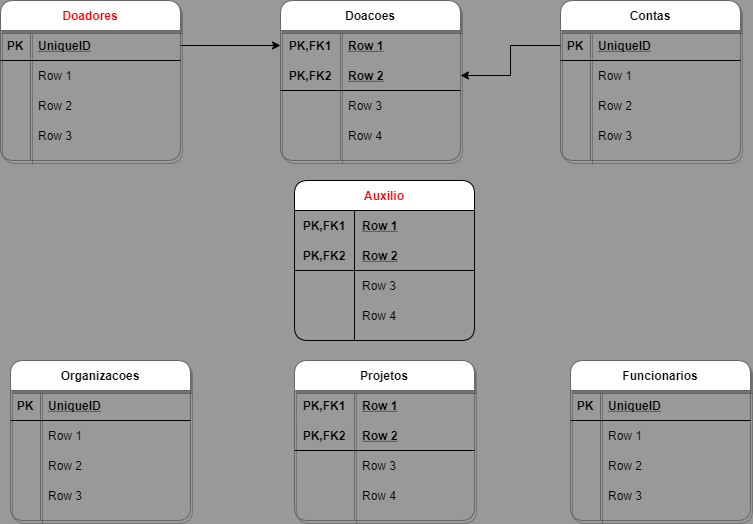
Above: Untitled Diagram.png in CarlosECarvalho/ADModelagemDeInformacao (draw.io), before the change. Source tidied: cells renumbered, new cells last; positions are measured from the earlier drawing's top-left corner, leaving out a move shared by most shapes.
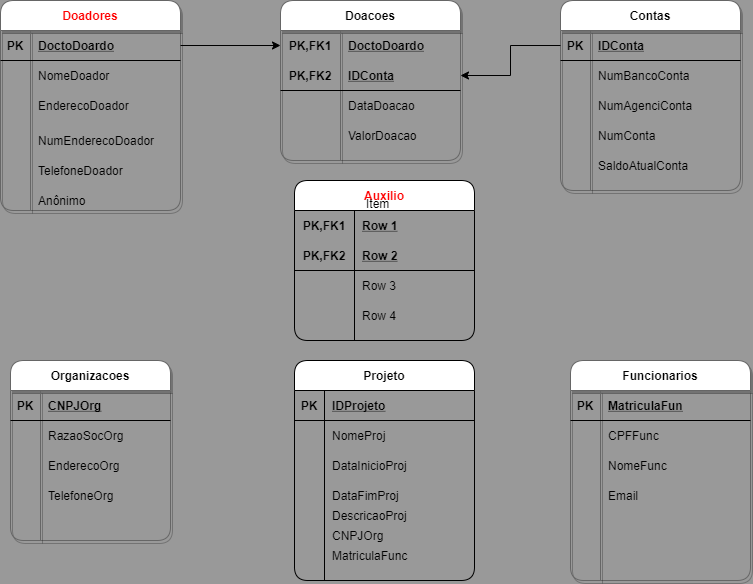
After the change.

Change to the diagram source:
```diff
@@ -5,3 +5,3 @@
     <mxCell id="2" value="Doadores" style="shape=table;startSize=30;rowLines=0;fontStyle=1;align=center;shadow=1;glass=0;strokeColor=#666666;gradientColor=#ffffff;rounded=1;fontColor=#FF0000;" parent="1" vertex="1">
-      <mxGeometry width="180" height="160" as="geometry" />
+      <mxGeometry width="180" height="210" as="geometry" />
     </mxCell>
@@ -13,3 +13,3 @@
     </mxCell>
-    <mxCell id="5" value="UniqueID" style="shape=partialRectangle;fillColor=none;top=0;left=0;bottom=0;right=0;align=left;spacingLeft=6;fontStyle=5;overflow=hidden;rounded=1;" parent="3" vertex="1">
+    <mxCell id="5" value="DoctoDoardo" style="shape=partialRectangle;fillColor=none;top=0;left=0;bottom=0;right=0;align=left;spacingLeft=6;fontStyle=5;overflow=hidden;rounded=1;" parent="3" vertex="1">
       <mxGeometry x="30" width="150" height="30" as="geometry" />
@@ -22,3 +22,3 @@
     </mxCell>
-    <mxCell id="8" value="Row 1" style="shape=partialRectangle;fillColor=none;top=0;left=0;bottom=0;right=0;align=left;spacingLeft=6;overflow=hidden;rounded=1;" parent="6" vertex="1">
+    <mxCell id="8" value="NomeDoador" style="shape=partialRectangle;fillColor=none;top=0;left=0;bottom=0;right=0;align=left;spacingLeft=6;overflow=hidden;rounded=1;" parent="6" vertex="1">
       <mxGeometry x="30" width="150" height="30" as="geometry" />
@@ -31,3 +31,3 @@
     </mxCell>
-    <mxCell id="11" value="Row 2" style="shape=partialRectangle;fillColor=none;top=0;left=0;bottom=0;right=0;align=left;spacingLeft=6;overflow=hidden;rounded=1;" parent="9" vertex="1">
+    <mxCell id="11" value="EnderecoDoador" style="shape=partialRectangle;fillColor=none;top=0;left=0;bottom=0;right=0;align=left;spacingLeft=6;overflow=hidden;rounded=1;" parent="9" vertex="1">
       <mxGeometry x="30" width="150" height="30" as="geometry" />
@@ -35,12 +35,12 @@
     <mxCell id="12" style="shape=partialRectangle;fillColor=none;top=0;left=0;bottom=0;right=0;rounded=1;" parent="2" vertex="1">
-      <mxGeometry y="120" width="180" height="30" as="geometry" />
+      <mxGeometry y="120" width="180" height="40" as="geometry" />
     </mxCell>
     <mxCell id="13" style="shape=partialRectangle;fillColor=none;top=0;left=0;bottom=0;right=0;overflow=hidden;rounded=1;" parent="12" vertex="1">
-      <mxGeometry width="30" height="30" as="geometry" />
+      <mxGeometry width="30" height="40" as="geometry" />
     </mxCell>
-    <mxCell id="14" value="Row 3" style="shape=partialRectangle;fillColor=none;top=0;left=0;bottom=0;right=0;align=left;spacingLeft=6;overflow=hidden;rounded=1;" parent="12" vertex="1">
-      <mxGeometry x="30" width="150" height="30" as="geometry" />
+    <mxCell id="14" value="NumEnderecoDoador" style="shape=partialRectangle;fillColor=none;top=0;left=0;bottom=0;right=0;align=left;spacingLeft=6;overflow=hidden;rounded=1;" parent="12" vertex="1">
+      <mxGeometry x="30" width="150" height="40" as="geometry" />
     </mxCell>
     <mxCell id="15" value="Contas" style="shape=table;startSize=30;rowLines=0;fontStyle=1;align=center;shadow=1;glass=0;strokeColor=#666666;gradientColor=#ffffff;rounded=1;" parent="1" vertex="1">
-      <mxGeometry x="560" width="180" height="160" as="geometry" />
+      <mxGeometry x="560" width="180" height="190" as="geometry" />
     </mxCell>
@@ -52,3 +52,3 @@
     </mxCell>
-    <mxCell id="18" value="UniqueID" style="shape=partialRectangle;fillColor=none;top=0;left=0;bottom=0;right=0;align=left;spacingLeft=6;fontStyle=5;overflow=hidden;rounded=1;" parent="16" vertex="1">
+    <mxCell id="18" value="IDConta" style="shape=partialRectangle;fillColor=none;top=0;left=0;bottom=0;right=0;align=left;spacingLeft=6;fontStyle=5;overflow=hidden;rounded=1;" parent="16" vertex="1">
       <mxGeometry x="30" width="150" height="30" as="geometry" />
@@ -61,3 +61,3 @@
     </mxCell>
-    <mxCell id="21" value="Row 1" style="shape=partialRectangle;fillColor=none;top=0;left=0;bottom=0;right=0;align=left;spacingLeft=6;overflow=hidden;rounded=1;" parent="19" vertex="1">
+    <mxCell id="21" value="NumBancoConta" style="shape=partialRectangle;fillColor=none;top=0;left=0;bottom=0;right=0;align=left;spacingLeft=6;overflow=hidden;rounded=1;" parent="19" vertex="1">
       <mxGeometry x="30" width="150" height="30" as="geometry" />
@@ -70,3 +70,3 @@
     </mxCell>
-    <mxCell id="24" value="Row 2" style="shape=partialRectangle;fillColor=none;top=0;left=0;bottom=0;right=0;align=left;spacingLeft=6;overflow=hidden;rounded=1;" parent="22" vertex="1">
+    <mxCell id="24" value="NumAgenciConta" style="shape=partialRectangle;fillColor=none;top=0;left=0;bottom=0;right=0;align=left;spacingLeft=6;overflow=hidden;rounded=1;" parent="22" vertex="1">
       <mxGeometry x="30" width="150" height="30" as="geometry" />
@@ -79,3 +79,3 @@
     </mxCell>
-    <mxCell id="27" value="Row 3" style="shape=partialRectangle;fillColor=none;top=0;left=0;bottom=0;right=0;align=left;spacingLeft=6;overflow=hidden;rounded=1;" parent="25" vertex="1">
+    <mxCell id="27" value="NumConta" style="shape=partialRectangle;fillColor=none;top=0;left=0;bottom=0;right=0;align=left;spacingLeft=6;overflow=hidden;rounded=1;" parent="25" vertex="1">
       <mxGeometry x="30" width="150" height="30" as="geometry" />
@@ -83,3 +83,3 @@
     <mxCell id="28" value="Funcionarios" style="shape=table;startSize=30;rowLines=0;fontStyle=1;align=center;shadow=1;glass=0;strokeColor=#666666;gradientColor=#ffffff;rounded=1;" parent="1" vertex="1">
-      <mxGeometry x="570" y="360" width="180" height="160" as="geometry" />
+      <mxGeometry x="570" y="360" width="180" height="220" as="geometry" />
     </mxCell>
@@ -91,3 +91,3 @@
     </mxCell>
-    <mxCell id="31" value="UniqueID" style="shape=partialRectangle;fillColor=none;top=0;left=0;bottom=0;right=0;align=left;spacingLeft=6;fontStyle=5;overflow=hidden;rounded=1;" parent="29" vertex="1">
+    <mxCell id="31" value="MatriculaFun" style="shape=partialRectangle;fillColor=none;top=0;left=0;bottom=0;right=0;align=left;spacingLeft=6;fontStyle=5;overflow=hidden;rounded=1;" parent="29" vertex="1">
       <mxGeometry x="30" width="150" height="30" as="geometry" />
@@ -100,3 +100,3 @@
     </mxCell>
-    <mxCell id="34" value="Row 1" style="shape=partialRectangle;fillColor=none;top=0;left=0;bottom=0;right=0;align=left;spacingLeft=6;overflow=hidden;rounded=1;" parent="32" vertex="1">
+    <mxCell id="34" value="CPFFunc" style="shape=partialRectangle;fillColor=none;top=0;left=0;bottom=0;right=0;align=left;spacingLeft=6;overflow=hidden;rounded=1;" parent="32" vertex="1">
       <mxGeometry x="30" width="150" height="30" as="geometry" />
@@ -109,3 +109,3 @@
     </mxCell>
-    <mxCell id="37" value="Row 2" style="shape=partialRectangle;fillColor=none;top=0;left=0;bottom=0;right=0;align=left;spacingLeft=6;overflow=hidden;rounded=1;" parent="35" vertex="1">
+    <mxCell id="37" value="NomeFunc" style="shape=partialRectangle;fillColor=none;top=0;left=0;bottom=0;right=0;align=left;spacingLeft=6;overflow=hidden;rounded=1;" parent="35" vertex="1">
       <mxGeometry x="30" width="150" height="30" as="geometry" />
@@ -118,3 +118,3 @@
     </mxCell>
-    <mxCell id="40" value="Row 3" style="shape=partialRectangle;fillColor=none;top=0;left=0;bottom=0;right=0;align=left;spacingLeft=6;overflow=hidden;rounded=1;" parent="38" vertex="1">
+    <mxCell id="40" value="Email" style="shape=partialRectangle;fillColor=none;top=0;left=0;bottom=0;right=0;align=left;spacingLeft=6;overflow=hidden;rounded=1;" parent="38" vertex="1">
       <mxGeometry x="30" width="150" height="30" as="geometry" />
@@ -130,3 +130,3 @@
     </mxCell>
-    <mxCell id="44" value="Row 1" style="shape=partialRectangle;fillColor=none;top=0;left=0;bottom=0;right=0;align=left;spacingLeft=6;fontStyle=5;overflow=hidden;rounded=1;" parent="42" vertex="1">
+    <mxCell id="44" value="DoctoDoardo" style="shape=partialRectangle;fillColor=none;top=0;left=0;bottom=0;right=0;align=left;spacingLeft=6;fontStyle=5;overflow=hidden;rounded=1;" parent="42" vertex="1">
       <mxGeometry x="60" width="120" height="30" as="geometry" />
@@ -139,3 +139,3 @@
     </mxCell>
-    <mxCell id="47" value="Row 2" style="shape=partialRectangle;fillColor=none;top=0;left=0;bottom=0;right=0;align=left;spacingLeft=6;fontStyle=5;overflow=hidden;rounded=1;" parent="45" vertex="1">
+    <mxCell id="47" value="IDConta" style="shape=partialRectangle;fillColor=none;top=0;left=0;bottom=0;right=0;align=left;spacingLeft=6;fontStyle=5;overflow=hidden;rounded=1;" parent="45" vertex="1">
       <mxGeometry x="60" width="120" height="30" as="geometry" />
@@ -148,3 +148,3 @@
     </mxCell>
-    <mxCell id="50" value="Row 3" style="shape=partialRectangle;fillColor=none;top=0;left=0;bottom=0;right=0;align=left;spacingLeft=6;overflow=hidden;rounded=1;" parent="48" vertex="1">
+    <mxCell id="50" value="DataDoacao" style="shape=partialRectangle;fillColor=none;top=0;left=0;bottom=0;right=0;align=left;spacingLeft=6;overflow=hidden;rounded=1;" parent="48" vertex="1">
       <mxGeometry x="60" width="120" height="30" as="geometry" />
@@ -157,49 +157,10 @@
     </mxCell>
-    <mxCell id="53" value="Row 4" style="shape=partialRectangle;fillColor=none;top=0;left=0;bottom=0;right=0;align=left;spacingLeft=6;overflow=hidden;rounded=1;" parent="51" vertex="1">
+    <mxCell id="53" value="ValorDoacao" style="shape=partialRectangle;fillColor=none;top=0;left=0;bottom=0;right=0;align=left;spacingLeft=6;overflow=hidden;rounded=1;" parent="51" vertex="1">
       <mxGeometry x="60" width="120" height="30" as="geometry" />
     </mxCell>
-    <mxCell id="54" value="Projetos" style="shape=table;startSize=30;rowLines=0;fontStyle=1;align=center;shadow=1;glass=0;strokeColor=#666666;gradientColor=#ffffff;rounded=1;" parent="1" vertex="1">
-      <mxGeometry x="294" y="360" width="180" height="160" as="geometry" />
-    </mxCell>
-    <mxCell id="55" style="shape=partialRectangle;fillColor=none;top=0;left=0;bottom=0;right=0;rounded=1;" parent="54" vertex="1">
-      <mxGeometry y="30" width="180" height="30" as="geometry" />
-    </mxCell>
-    <mxCell id="56" value="PK,FK1" style="shape=partialRectangle;fillColor=none;top=0;left=0;bottom=0;right=0;fontStyle=1;overflow=hidden;rounded=1;" parent="55" vertex="1">
-      <mxGeometry width="60" height="30" as="geometry" />
-    </mxCell>
-    <mxCell id="57" value="Row 1" style="shape=partialRectangle;fillColor=none;top=0;left=0;bottom=0;right=0;align=left;spacingLeft=6;fontStyle=5;overflow=hidden;rounded=1;" parent="55" vertex="1">
-      <mxGeometry x="60" width="120" height="30" as="geometry" />
-    </mxCell>
-    <mxCell id="58" style="shape=partialRectangle;fillColor=none;top=0;left=0;bottom=1;right=0;rounded=1;" parent="54" vertex="1">
-      <mxGeometry y="60" width="180" height="30" as="geometry" />
-    </mxCell>
-    <mxCell id="59" value="PK,FK2" style="shape=partialRectangle;fillColor=none;top=0;left=0;bottom=0;right=0;fontStyle=1;overflow=hidden;rounded=1;" parent="58" vertex="1">
-      <mxGeometry width="60" height="30" as="geometry" />
-    </mxCell>
-    <mxCell id="60" value="Row 2" style="shape=partialRectangle;fillColor=none;top=0;left=0;bottom=0;right=0;align=left;spacingLeft=6;fontStyle=5;overflow=hidden;rounded=1;" parent="58" vertex="1">
-      <mxGeometry x="60" width="120" height="30" as="geometry" />
-    </mxCell>
-    <mxCell id="61" style="shape=partialRectangle;fillColor=none;top=0;left=0;bottom=0;right=0;rounded=1;" parent="54" vertex="1">
-      <mxGeometry y="90" width="180" height="30" as="geometry" />
-    </mxCell>
-    <mxCell id="62" style="shape=partialRectangle;fillColor=none;top=0;left=0;bottom=0;right=0;overflow=hidden;rounded=1;" parent="61" vertex="1">
-      <mxGeometry width="60" height="30" as="geometry" />
-    </mxCell>
-    <mxCell id="63" value="Row 3" style="shape=partialRectangle;fillColor=none;top=0;left=0;bottom=0;right=0;align=left;spacingLeft=6;overflow=hidden;rounded=1;" parent="61" vertex="1">
-      <mxGeometry x="60" width="120" height="30" as="geometry" />
-    </mxCell>
-    <mxCell id="64" style="shape=partialRectangle;fillColor=none;top=0;left=0;bottom=0;right=0;rounded=1;" parent="54" vertex="1">
-      <mxGeometry y="120" width="180" height="30" as="geometry" />
-    </mxCell>
-    <mxCell id="65" style="shape=partialRectangle;fillColor=none;top=0;left=0;bottom=0;right=0;overflow=hidden;rounded=1;" parent="64" vertex="1">
-      <mxGeometry width="60" height="30" as="geometry" />
-    </mxCell>
-    <mxCell id="66" value="Row 4" style="shape=partialRectangle;fillColor=none;top=0;left=0;bottom=0;right=0;align=left;spacingLeft=6;overflow=hidden;rounded=1;" parent="64" vertex="1">
-      <mxGeometry x="60" width="120" height="30" as="geometry" />
-    </mxCell>
     <mxCell id="67" value="Organizacoes" style="shape=table;startSize=30;rowLines=0;fontStyle=1;align=center;shadow=1;glass=0;strokeColor=#666666;gradientColor=#ffffff;rounded=1;" parent="1" vertex="1">
-      <mxGeometry x="10" y="360" width="180" height="160" as="geometry" />
+      <mxGeometry x="10" y="360" width="160" height="180" as="geometry" />
     </mxCell>
     <mxCell id="68" style="shape=partialRectangle;fillColor=none;top=0;left=0;bottom=1;right=0;rounded=1;" parent="67" vertex="1">
-      <mxGeometry y="30" width="180" height="30" as="geometry" />
+      <mxGeometry y="30" width="160" height="30" as="geometry" />
     </mxCell>
@@ -208,7 +169,7 @@
     </mxCell>
-    <mxCell id="70" value="UniqueID" style="shape=partialRectangle;fillColor=none;top=0;left=0;bottom=0;right=0;align=left;spacingLeft=6;fontStyle=5;overflow=hidden;rounded=1;" parent="68" vertex="1">
-      <mxGeometry x="30" width="150" height="30" as="geometry" />
+    <mxCell id="70" value="CNPJOrg" style="shape=partialRectangle;fillColor=none;top=0;left=0;bottom=0;right=0;align=left;spacingLeft=6;fontStyle=5;overflow=hidden;rounded=1;" parent="68" vertex="1">
+      <mxGeometry x="30" width="130" height="30" as="geometry" />
     </mxCell>
     <mxCell id="71" style="shape=partialRectangle;fillColor=none;top=0;left=0;bottom=0;right=0;rounded=1;" parent="67" vertex="1">
-      <mxGeometry y="60" width="180" height="30" as="geometry" />
+      <mxGeometry y="60" width="160" height="30" as="geometry" />
     </mxCell>
@@ -217,7 +178,7 @@
     </mxCell>
-    <mxCell id="73" value="Row 1" style="shape=partialRectangle;fillColor=none;top=0;left=0;bottom=0;right=0;align=left;spacingLeft=6;overflow=hidden;rounded=1;" parent="71" vertex="1">
-      <mxGeometry x="30" width="150" height="30" as="geometry" />
+    <mxCell id="73" value="RazaoSocOrg" style="shape=partialRectangle;fillColor=none;top=0;left=0;bottom=0;right=0;align=left;spacingLeft=6;overflow=hidden;rounded=1;" parent="71" vertex="1">
+      <mxGeometry x="30" width="130" height="30" as="geometry" />
     </mxCell>
     <mxCell id="74" style="shape=partialRectangle;fillColor=none;top=0;left=0;bottom=0;right=0;rounded=1;" parent="67" vertex="1">
-      <mxGeometry y="90" width="180" height="30" as="geometry" />
+      <mxGeometry y="90" width="160" height="30" as="geometry" />
     </mxCell>
@@ -226,14 +187,5 @@
     </mxCell>
-    <mxCell id="76" value="Row 2" style="shape=partialRectangle;fillColor=none;top=0;left=0;bottom=0;right=0;align=left;spacingLeft=6;overflow=hidden;rounded=1;" parent="74" vertex="1">
-      <mxGeometry x="30" width="150" height="30" as="geometry" />
+    <mxCell id="76" style="shape=partialRectangle;fillColor=none;top=0;left=0;bottom=0;right=0;align=left;spacingLeft=6;overflow=hidden;rounded=1;" parent="74" vertex="1">
+      <mxGeometry x="30" width="130" height="30" as="geometry" />
     </mxCell>
-    <mxCell id="77" style="shape=partialRectangle;fillColor=none;top=0;left=0;bottom=0;right=0;rounded=1;" parent="67" vertex="1">
-      <mxGeometry y="120" width="180" height="30" as="geometry" />
-    </mxCell>
-    <mxCell id="78" style="shape=partialRectangle;fillColor=none;top=0;left=0;bottom=0;right=0;overflow=hidden;rounded=1;" parent="77" vertex="1">
-      <mxGeometry width="30" height="30" as="geometry" />
-    </mxCell>
-    <mxCell id="79" value="Row 3" style="shape=partialRectangle;fillColor=none;top=0;left=0;bottom=0;right=0;align=left;spacingLeft=6;overflow=hidden;rounded=1;" parent="77" vertex="1">
-      <mxGeometry x="30" width="150" height="30" as="geometry" />
-    </mxCell>
     <mxCell id="80" style="edgeStyle=orthogonalEdgeStyle;rounded=0;jettySize=auto;html=1;entryX=0;entryY=0.5;entryDx=0;entryDy=0;fontColor=#FF0000;" parent="1" edge="1" source="3" target="42">
@@ -283,2 +235,68 @@
     </mxCell>
+    <mxCell id="95" value="Item" style="text;strokeColor=none;fillColor=none;spacingLeft=4;spacingRight=4;overflow=hidden;fontSize=12;" parent="1" vertex="1">
+      <mxGeometry x="360" y="190" width="40" height="30" as="geometry" />
+    </mxCell>
+    <mxCell id="96" value="TelefoneDoador" style="shape=partialRectangle;fillColor=none;top=0;left=0;bottom=0;right=0;align=left;spacingLeft=6;overflow=hidden;rounded=1;" parent="1" vertex="1">
+      <mxGeometry x="30" y="150" width="150" height="40" as="geometry" />
+    </mxCell>
+    <mxCell id="97" value="Anônimo" style="shape=partialRectangle;fillColor=none;top=0;left=0;bottom=0;right=0;align=left;spacingLeft=6;overflow=hidden;rounded=1;" parent="1" vertex="1">
+      <mxGeometry x="30" y="180" width="150" height="40" as="geometry" />
+    </mxCell>
+    <mxCell id="98" value="SaldoAtualConta" style="shape=partialRectangle;fillColor=none;top=0;left=0;bottom=0;right=0;align=left;spacingLeft=6;overflow=hidden;rounded=1;" parent="1" vertex="1">
+      <mxGeometry x="590" y="150" width="150" height="30" as="geometry" />
+    </mxCell>
+    <mxCell id="99" value="Projeto" style="shape=table;startSize=30;rowLines=0;fontStyle=1;align=center;rounded=1;" parent="1" vertex="1">
+      <mxGeometry x="294" y="360" width="180" height="220" as="geometry" />
+    </mxCell>
+    <mxCell id="100" style="shape=partialRectangle;fillColor=none;top=0;left=0;bottom=1;right=0;" parent="99" vertex="1">
+      <mxGeometry y="30" width="180" height="30" as="geometry" />
+    </mxCell>
+    <mxCell id="101" value="PK" style="shape=partialRectangle;fillColor=none;top=0;left=0;bottom=0;right=0;fontStyle=1;overflow=hidden;" parent="100" vertex="1">
+      <mxGeometry width="30" height="30" as="geometry" />
+    </mxCell>
+    <mxCell id="102" value="IDProjeto" style="shape=partialRectangle;fillColor=none;top=0;left=0;bottom=0;right=0;align=left;spacingLeft=6;fontStyle=5;overflow=hidden;" parent="100" vertex="1">
+      <mxGeometry x="30" width="150" height="30" as="geometry" />
+    </mxCell>
+    <mxCell id="103" style="shape=partialRectangle;fillColor=none;top=0;left=0;bottom=0;right=0;" parent="99" vertex="1">
+      <mxGeometry y="60" width="180" height="30" as="geometry" />
+    </mxCell>
+    <mxCell id="104" style="shape=partialRectangle;fillColor=none;top=0;left=0;bottom=0;right=0;overflow=hidden;" parent="103" vertex="1">
+      <mxGeometry width="30" height="30" as="geometry" />
+    </mxCell>
+    <mxCell id="105" value="NomeProj" style="shape=partialRectangle;fillColor=none;top=0;left=0;bottom=0;right=0;align=left;spacingLeft=6;overflow=hidden;" parent="103" vertex="1">
+      <mxGeometry x="30" width="150" height="30" as="geometry" />
+    </mxCell>
+    <mxCell id="106" style="shape=partialRectangle;fillColor=none;top=0;left=0;bottom=0;right=0;" parent="99" vertex="1">
+      <mxGeometry y="90" width="180" height="30" as="geometry" />
+    </mxCell>
+    <mxCell id="107" style="shape=partialRectangle;fillColor=none;top=0;left=0;bottom=0;right=0;overflow=hidden;" parent="106" vertex="1">
+      <mxGeometry width="30" height="30" as="geometry" />
+    </mxCell>
+    <mxCell id="108" value="DataInicioProj" style="shape=partialRectangle;fillColor=none;top=0;left=0;bottom=0;right=0;align=left;spacingLeft=6;overflow=hidden;" parent="106" vertex="1">
+      <mxGeometry x="30" width="150" height="30" as="geometry" />
+    </mxCell>
+    <mxCell id="109" style="shape=partialRectangle;fillColor=none;top=0;left=0;bottom=0;right=0;" parent="99" vertex="1">
+      <mxGeometry y="120" width="180" height="30" as="geometry" />
+    </mxCell>
+    <mxCell id="110" style="shape=partialRectangle;fillColor=none;top=0;left=0;bottom=0;right=0;overflow=hidden;" parent="109" vertex="1">
+      <mxGeometry width="30" height="30" as="geometry" />
+    </mxCell>
+    <mxCell id="111" value="DataFimProj" style="shape=partialRectangle;fillColor=none;top=0;left=0;bottom=0;right=0;align=left;spacingLeft=6;overflow=hidden;" parent="109" vertex="1">
+      <mxGeometry x="30" width="150" height="30" as="geometry" />
+    </mxCell>
+    <mxCell id="112" value="EnderecoOrg" style="shape=partialRectangle;fillColor=none;top=0;left=0;bottom=0;right=0;align=left;spacingLeft=6;overflow=hidden;" parent="1" vertex="1">
+      <mxGeometry x="40" y="450" width="130" height="30" as="geometry" />
+    </mxCell>
+    <mxCell id="113" value="TelefoneOrg" style="shape=partialRectangle;fillColor=none;top=0;left=0;bottom=0;right=0;align=left;spacingLeft=6;overflow=hidden;" parent="1" vertex="1">
+      <mxGeometry x="40" y="480" width="130" height="30" as="geometry" />
+    </mxCell>
+    <mxCell id="114" value="DescricaoProj" style="shape=partialRectangle;fillColor=none;top=0;left=0;bottom=0;right=0;align=left;spacingLeft=6;overflow=hidden;" parent="1" vertex="1">
+      <mxGeometry x="324" y="500" width="150" height="30" as="geometry" />
+    </mxCell>
+    <mxCell id="115" value="CNPJOrg" style="shape=partialRectangle;fillColor=none;top=0;left=0;bottom=0;right=0;align=left;spacingLeft=6;overflow=hidden;" parent="1" vertex="1">
+      <mxGeometry x="324" y="520" width="150" height="30" as="geometry" />
+    </mxCell>
+    <mxCell id="116" value="MatriculaFunc" style="shape=partialRectangle;fillColor=none;top=0;left=0;bottom=0;right=0;align=left;spacingLeft=6;overflow=hidden;" parent="1" vertex="1">
+      <mxGeometry x="324" y="540" width="136" height="30" as="geometry" />
+    </mxCell>
   </root>
```
